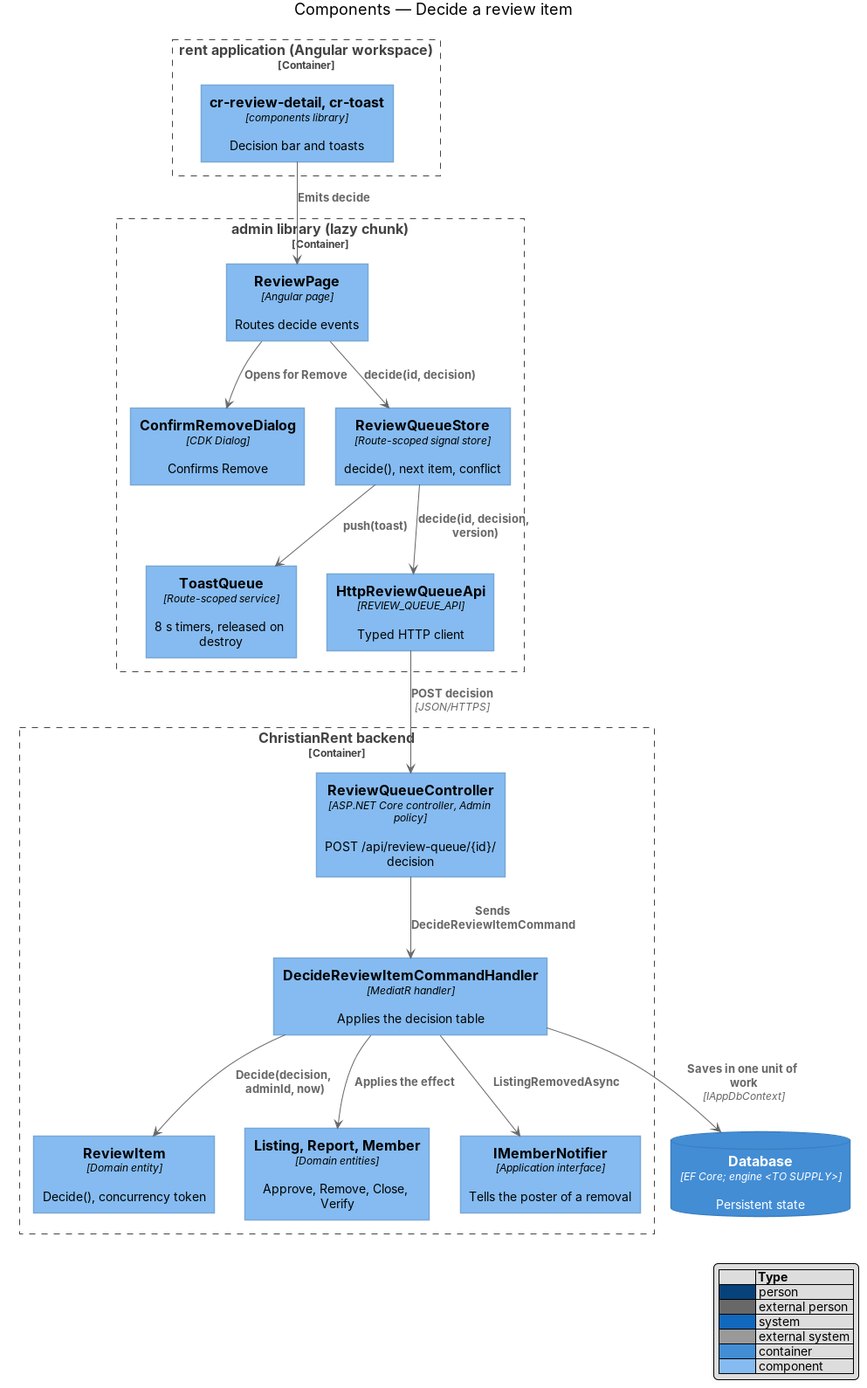
This is docs/detailed-designs/review/decide-review-item/diagrams/c4-component.png from QuinntyneBrown/christian-rent, a PlantUML export, as it was before one commit. Its source is kept beside it as docs/detailed-designs/review/decide-review-item/diagrams/c4-component.puml.
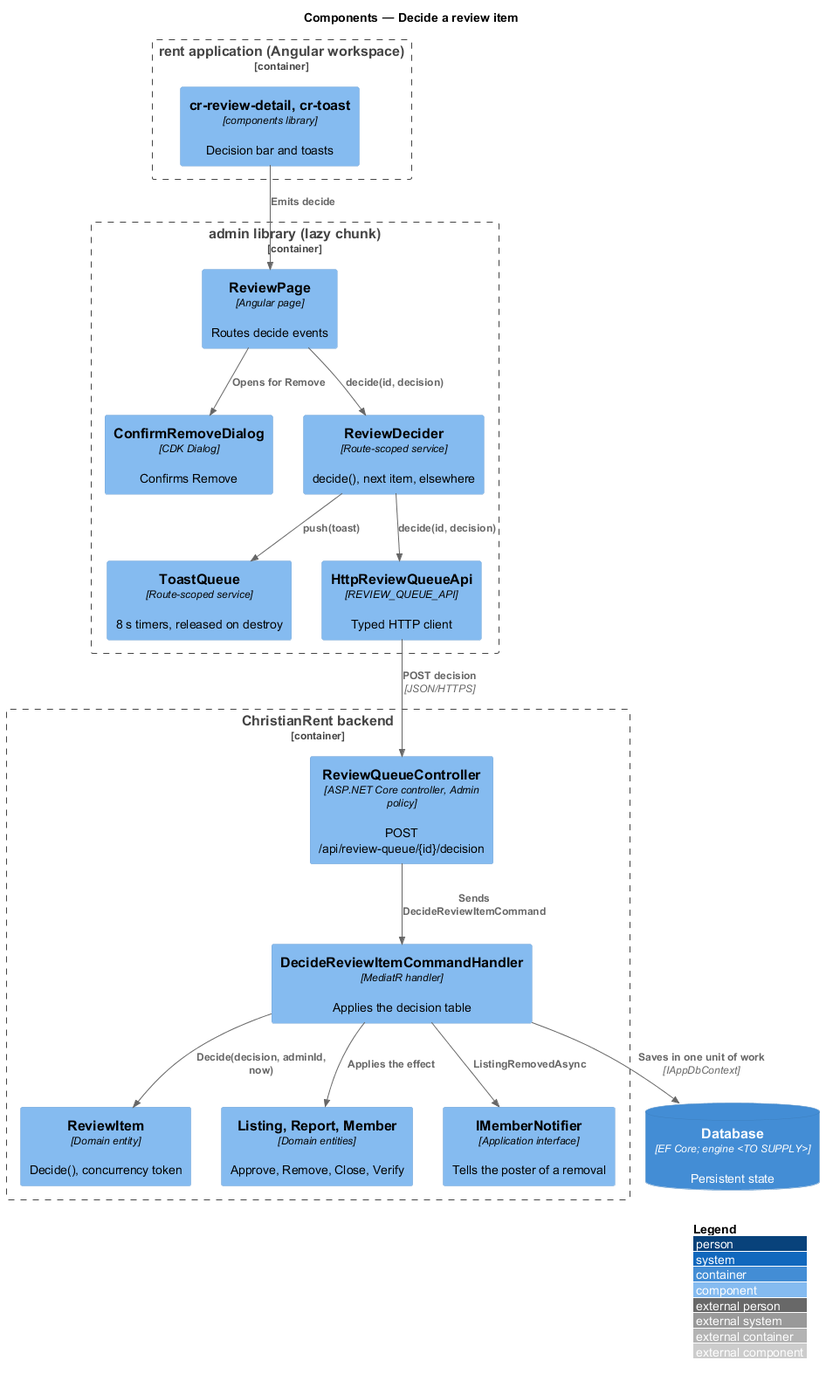
Above is the later version.

The edit, as a diff of the source:
```diff
@@ -9,7 +9,7 @@
 Container_Boundary(admlib, "admin library (lazy chunk)") {
   Component(page, "ReviewPage", "Angular page", "Routes decide events")
   Component(dialog, "ConfirmRemoveDialog", "CDK Dialog", "Confirms Remove")
-  Component(store, "ReviewQueueStore", "Route-scoped signal store", "decide(), next item, conflict")
+  Component(store, "ReviewDecider", "Route-scoped service", "decide(), next item, elsewhere")
   Component(toasts, "ToastQueue", "Route-scoped service", "8 s timers, released on destroy")
   Component(client, "HttpReviewQueueApi", "REVIEW_QUEUE_API", "Typed HTTP client")
 }
@@ -25,7 +25,7 @@
 Rel(page, dialog, "Opens for Remove")
 Rel(page, store, "decide(id, decision)")
 Rel(store, toasts, "push(toast)")
-Rel(store, client, "decide(id, decision, version)")
+Rel(store, client, "decide(id, decision)")
 Rel(client, ctrl, "POST decision", "JSON/HTTPS")
 Rel(ctrl, handler, "Sends DecideReviewItemCommand")
 Rel(handler, item, "Decide(decision, adminId, now)")
```
